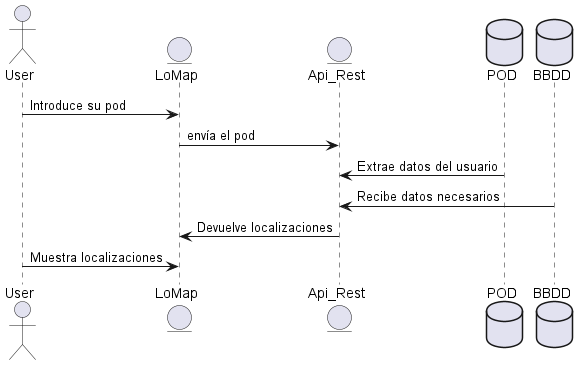
Above: images/Sequence diagram1.png in Arquisoft/lomap_es6a (PlantUML), before the change.
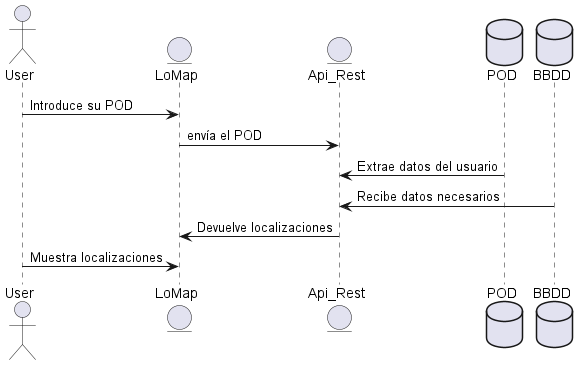
Above is the later version.

The edit, as a diff of the source:
```diff
@@ -5,8 +5,8 @@
 database POD
 database BBDD
 
-User -> LoMap: Introduce su pod
-LoMap -> Api_Rest: envía el pod
+User -> LoMap: Introduce su POD
+LoMap -> Api_Rest: envía el POD
 Api_Rest <- POD: Extrae datos del usuario
 Api_Rest <- BBDD: Recibe datos necesarios
 LoMap <- Api_Rest: Devuelve localizaciones
```
